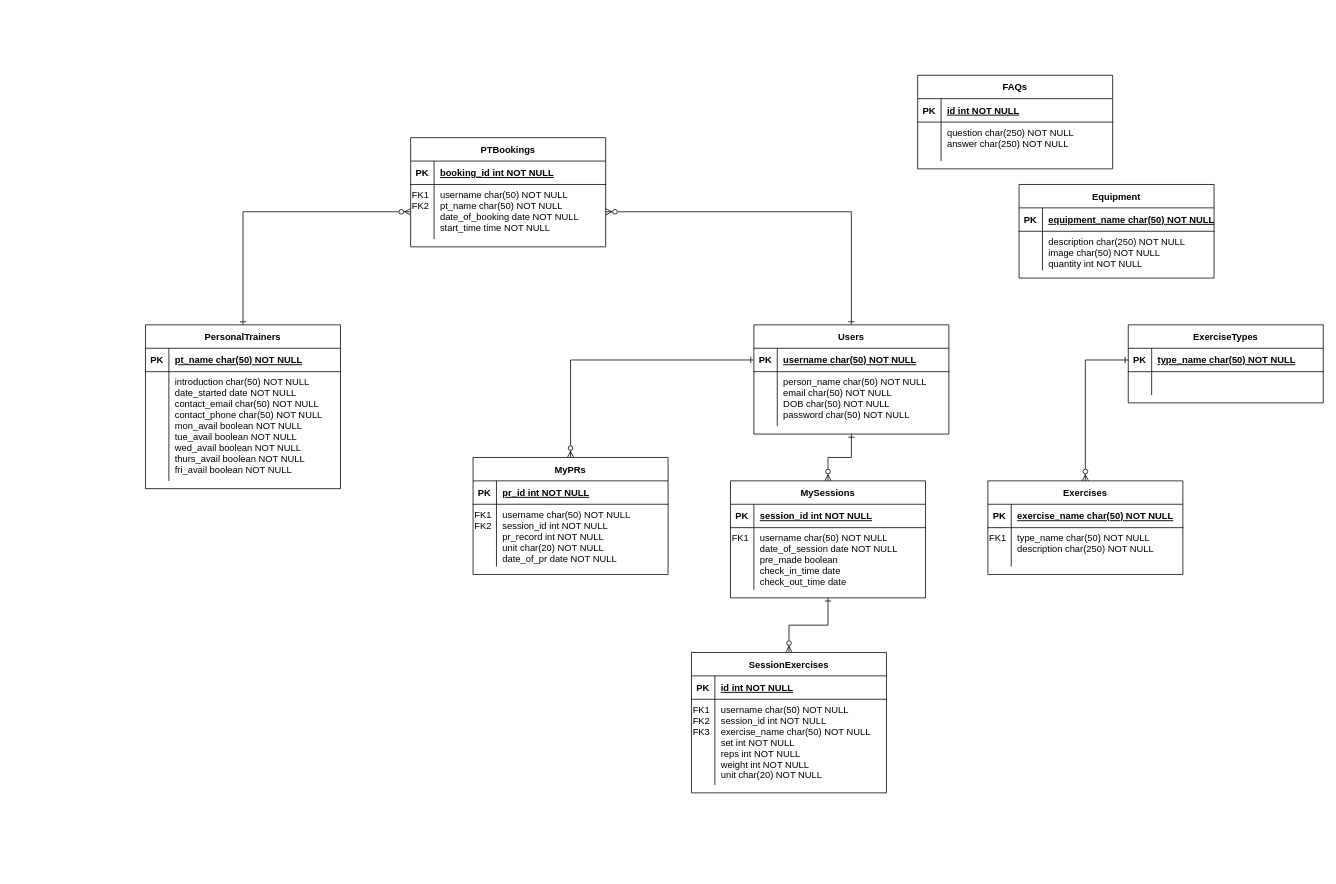
The draw.io diagram ERD for GainzCenter.drawio in immanueligwe151/gainz-center, before the edit. Source tidied: cells renumbered, new cells numbered last; positions are measured from the earlier drawing's top-left corner, leaving out a move shared by most shapes. Both pictures are drawn from the tidied source at 78%, with x=0, y=0 at pixel (145, 75).
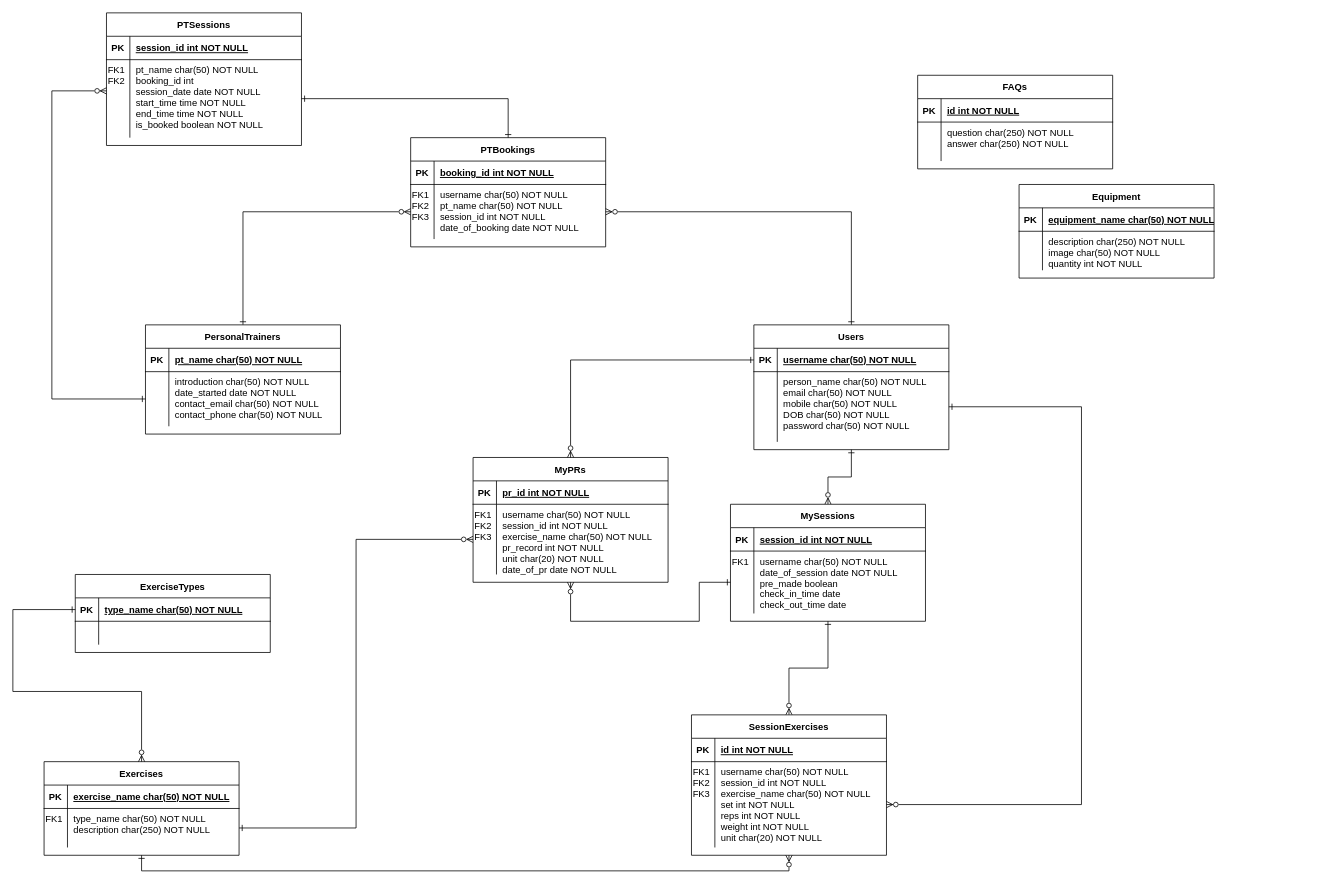
Above is the later version.

Commit message (it also covers changes not shown here):
updated agile summary document to reflect progress made in sprint 2, added ERD images for future references, added stored database commands in SQL file

The change refers to these unchanged cells:
```xml
<mxCell id="38" style="shape=partialRectangle;fillColor=none;points=[[0,0.5],[1,0.5]];portConstraint=eastwest;top=0;left=0;right=0;bottom=0;align=right;labelPosition=left;verticalLabelPosition=top;verticalAlign=bottom;textDirection=ltr;" parent="34" vertex="1">
  <mxGeometry y="60" width="250" height="80" as="geometry" />
</mxCell>
<mxCell id="45" style="shape=partialRectangle;fillColor=none;points=[[0,0.5],[1,0.5]];portConstraint=eastwest;top=0;left=0;right=0;bottom=0;align=right;labelPosition=left;verticalLabelPosition=top;verticalAlign=bottom;textDirection=ltr;" parent="41" vertex="1">
  <mxGeometry y="60" width="250" height="110" as="geometry" />
</mxCell>
<mxCell id="52" style="shape=partialRectangle;fillColor=none;points=[[0,0.5],[1,0.5]];portConstraint=eastwest;top=0;left=0;right=0;bottom=0;align=right;labelPosition=left;verticalLabelPosition=top;verticalAlign=bottom;textDirection=ltr;" parent="48" vertex="1">
  <mxGeometry y="60" width="250" height="50" as="geometry" />
</mxCell>
<mxCell id="56" style="shape=partialRectangle;fillColor=none;points=[[0,0.5],[1,0.5]];portConstraint=eastwest;top=0;left=0;right=0;bottom=1;" parent="55" vertex="1">
  <mxGeometry y="30" width="250" height="30" as="geometry" />
</mxCell>
<mxCell id="62" value="PTBookings" style="shape=table;startSize=30;childLayout=tableLayout;rowLines=0;fontStyle=1;align=center;" parent="1" vertex="1">
  <mxGeometry x="340" y="80" width="250" height="140" as="geometry" />
</mxCell>
<mxCell id="66" style="shape=partialRectangle;fillColor=none;points=[[0,0.5],[1,0.5]];portConstraint=eastwest;top=0;left=0;right=0;bottom=0;align=right;labelPosition=left;verticalLabelPosition=top;verticalAlign=bottom;textDirection=ltr;" parent="62" vertex="1">
  <mxGeometry y="60" width="250" height="70" as="geometry" />
</mxCell>
```

The edit, as a diff of the source:
```diff
@@
+    <mxCell id="78" style="edgeStyle=orthogonalEdgeStyle;rounded=0;jettySize=auto;html=1;exitX=1;exitY=0.5;exitDx=0;exitDy=0;entryX=1;entryY=0.5;entryDx=0;entryDy=0;startArrow=ERone;startFill=0;endArrow=ERzeroToMany;endFill=0;" parent="1" edge="1" source="8" target="45">
+      <mxGeometry relative="1" as="geometry">
+        <Array as="points">
+          <mxPoint x="1200" y="425" />
+          <mxPoint x="1200" y="935" />
+        </Array>
+      </mxGeometry>
+    </mxCell>
     <mxCell id="4" value="Users" style="shape=table;startSize=30;childLayout=tableLayout;rowLines=0;fontStyle=1;align=center;" parent="1" vertex="1">
-      <mxGeometry x="780" y="320" width="250" height="140" as="geometry" />
+      <mxGeometry x="780" y="320" width="250" height="160" as="geometry" />
     </mxCell>
@@
     <mxCell id="8" style="shape=partialRectangle;fillColor=none;points=[[0,0.5],[1,0.5]];portConstraint=eastwest;top=0;left=0;right=0;bottom=0;align=right;labelPosition=left;verticalLabelPosition=top;verticalAlign=bottom;textDirection=ltr;" parent="4" vertex="1">
-      <mxGeometry y="60" width="250" height="70" as="geometry" />
+      <mxGeometry y="60" width="250" height="90" as="geometry" />
     </mxCell>
     <mxCell id="9" style="shape=partialRectangle;overflow=hidden;fillColor=none;top=0;left=0;bottom=0;right=0;" parent="8" vertex="1">
-      <mxGeometry width="30" height="70" as="geometry" />
+      <mxGeometry width="30" height="90" as="geometry" />
     </mxCell>
-    <mxCell id="10" value="person_name char(50) NOT NULL&#10;email char(50) NOT NULL&#10;DOB char(50) NOT NULL&#10;password char(50) NOT NULL" style="shape=partialRectangle;overflow=hidden;fillColor=none;top=0;left=0;bottom=0;right=0;align=left;spacingLeft=6;verticalAlign=top;" parent="8" vertex="1">
-      <mxGeometry x="30" width="220" height="70" as="geometry" />
+    <mxCell id="10" value="person_name char(50) NOT NULL&#10;email char(50) NOT NULL&#10;mobile char(50) NOT NULL&#10;DOB char(50) NOT NULL&#10;password char(50) NOT NULL" style="shape=partialRectangle;overflow=hidden;fillColor=none;top=0;left=0;bottom=0;right=0;align=left;spacingLeft=6;verticalAlign=top;" parent="8" vertex="1">
+      <mxGeometry x="30" width="220" height="90" as="geometry" />
     </mxCell>
@@
     <mxCell id="19" value="PersonalTrainers" style="shape=table;startSize=30;childLayout=tableLayout;rowLines=0;fontStyle=1;align=center;" parent="1" vertex="1">
-      <mxGeometry y="320" width="250" height="210" as="geometry" />
+      <mxGeometry y="320" width="250" height="140" as="geometry" />
     </mxCell>
@@
     <mxCell id="23" style="shape=partialRectangle;fillColor=none;points=[[0,0.5],[1,0.5]];portConstraint=eastwest;top=0;left=0;right=0;bottom=0;align=right;labelPosition=left;verticalLabelPosition=top;verticalAlign=bottom;textDirection=ltr;" parent="19" vertex="1">
-      <mxGeometry y="60" width="250" height="140" as="geometry" />
+      <mxGeometry y="60" width="250" height="70" as="geometry" />
     </mxCell>
     <mxCell id="24" style="shape=partialRectangle;overflow=hidden;fillColor=none;top=0;left=0;bottom=0;right=0;" parent="23" vertex="1">
-      <mxGeometry width="30" height="140" as="geometry" />
+      <mxGeometry width="30" height="70" as="geometry" />
     </mxCell>
-    <mxCell id="25" value="introduction char(50) NOT NULL&#10;date_started date NOT NULL&#10;contact_email char(50) NOT NULL&#10;contact_phone char(50) NOT NULL&#10;mon_avail boolean NOT NULL&#10;tue_avail boolean NOT NULL&#10;wed_avail boolean NOT NULL&#10;thurs_avail boolean NOT NULL&#10;fri_avail boolean NOT NULL" style="shape=partialRectangle;overflow=hidden;fillColor=none;top=0;left=0;bottom=0;right=0;align=left;spacingLeft=6;verticalAlign=top;" parent="23" vertex="1">
-      <mxGeometry x="30" width="220" height="140" as="geometry" />
+    <mxCell id="25" value="introduction char(50) NOT NULL&#10;date_started date NOT NULL&#10;contact_email char(50) NOT NULL&#10;contact_phone char(50) NOT NULL" style="shape=partialRectangle;overflow=hidden;fillColor=none;top=0;left=0;bottom=0;right=0;align=left;spacingLeft=6;verticalAlign=top;" parent="23" vertex="1">
+      <mxGeometry x="30" width="220" height="70" as="geometry" />
     </mxCell>
     <mxCell id="26" value="MyPRs" style="shape=table;startSize=30;childLayout=tableLayout;rowLines=0;fontStyle=1;align=center;" parent="1" vertex="1">
-      <mxGeometry x="420" y="490" width="250" height="150" as="geometry" />
+      <mxGeometry x="420" y="490" width="250" height="160" as="geometry" />
     </mxCell>
@@
     <mxCell id="30" style="shape=partialRectangle;fillColor=none;points=[[0,0.5],[1,0.5]];portConstraint=eastwest;top=0;left=0;right=0;bottom=0;align=right;labelPosition=left;verticalLabelPosition=top;verticalAlign=bottom;textDirection=ltr;" parent="26" vertex="1">
-      <mxGeometry y="60" width="250" height="80" as="geometry" />
+      <mxGeometry y="60" width="250" height="90" as="geometry" />
     </mxCell>
-    <mxCell id="31" value="FK1&#10;FK2" style="shape=partialRectangle;overflow=hidden;fillColor=none;top=0;left=0;bottom=0;right=0;verticalAlign=top;align=left;" parent="30" vertex="1">
-      <mxGeometry width="30" height="80" as="geometry" />
+    <mxCell id="31" value="FK1&#10;FK2&#10;FK3" style="shape=partialRectangle;overflow=hidden;fillColor=none;top=0;left=0;bottom=0;right=0;verticalAlign=top;align=left;" parent="30" vertex="1">
+      <mxGeometry width="30" height="90" as="geometry" />
     </mxCell>
-    <mxCell id="32" value="username char(50) NOT NULL&#10;session_id int NOT NULL&#10;pr_record int NOT NULL&#10;unit char(20) NOT NULL&#10;date_of_pr date NOT NULL" style="shape=partialRectangle;overflow=hidden;fillColor=none;top=0;left=0;bottom=0;right=0;align=left;spacingLeft=6;verticalAlign=top;" parent="30" vertex="1">
-      <mxGeometry x="30" width="220" height="80" as="geometry" />
+    <mxCell id="32" value="username char(50) NOT NULL&#10;session_id int NOT NULL&#10;exercise_name char(50) NOT NULL&#10;pr_record int NOT NULL&#10;unit char(20) NOT NULL&#10;date_of_pr date NOT NULL" style="shape=partialRectangle;overflow=hidden;fillColor=none;top=0;left=0;bottom=0;right=0;align=left;spacingLeft=6;verticalAlign=top;" parent="30" vertex="1">
+      <mxGeometry x="30" width="220" height="90" as="geometry" />
     </mxCell>
@@
     <mxCell id="34" value="MySessions" style="shape=table;startSize=30;childLayout=tableLayout;rowLines=0;fontStyle=1;align=center;" parent="1" vertex="1">
-      <mxGeometry x="750" y="520" width="250" height="150" as="geometry" />
+      <mxGeometry x="750" y="550" width="250" height="150" as="geometry" />
     </mxCell>
@@
     <mxCell id="41" value="SessionExercises" style="shape=table;startSize=30;childLayout=tableLayout;rowLines=0;fontStyle=1;align=center;" parent="1" vertex="1">
-      <mxGeometry x="700" y="740" width="250" height="180" as="geometry" />
+      <mxGeometry x="700" y="820" width="250" height="180" as="geometry" />
     </mxCell>
@@
+    <mxCell id="79" style="edgeStyle=orthogonalEdgeStyle;rounded=0;jettySize=auto;html=1;exitX=0.5;exitY=1;exitDx=0;exitDy=0;entryX=0.5;entryY=1;entryDx=0;entryDy=0;startArrow=ERone;startFill=0;endArrow=ERzeroToMany;endFill=0;" parent="1" edge="1" source="48" target="41">
+      <mxGeometry relative="1" as="geometry" />
+    </mxCell>
     <mxCell id="48" value="Exercises" style="shape=table;startSize=30;childLayout=tableLayout;rowLines=0;fontStyle=1;align=center;" parent="1" vertex="1">
-      <mxGeometry x="1080" y="520" width="250" height="120" as="geometry" />
+      <mxGeometry x="-130" y="880" width="250" height="120" as="geometry" />
     </mxCell>
@@
     <mxCell id="55" value="ExerciseTypes" style="shape=table;startSize=30;childLayout=tableLayout;rowLines=0;fontStyle=1;align=center;" parent="1" vertex="1">
-      <mxGeometry x="1260" y="320" width="250" height="100" as="geometry" />
+      <mxGeometry x="-90" y="640" width="250" height="100" as="geometry" />
     </mxCell>
@@
-    <mxCell id="67" value="FK1&#10;FK2" style="shape=partialRectangle;overflow=hidden;fillColor=none;top=0;left=0;bottom=0;right=0;verticalAlign=top;align=left;" parent="66" vertex="1">
+    <mxCell id="67" value="FK1&#10;FK2&#10;FK3" style="shape=partialRectangle;overflow=hidden;fillColor=none;top=0;left=0;bottom=0;right=0;verticalAlign=top;align=left;" parent="66" vertex="1">
       <mxGeometry width="30" height="70" as="geometry" />
     </mxCell>
-    <mxCell id="68" value="username char(50) NOT NULL&#10;pt_name char(50) NOT NULL&#10;date_of_booking date NOT NULL&#10;start_time time NOT NULL" style="shape=partialRectangle;overflow=hidden;fillColor=none;top=0;left=0;bottom=0;right=0;align=left;spacingLeft=6;verticalAlign=top;" parent="66" vertex="1">
+    <mxCell id="68" value="username char(50) NOT NULL&#10;pt_name char(50) NOT NULL&#10;session_id int NOT NULL&#10;date_of_booking date NOT NULL" style="shape=partialRectangle;overflow=hidden;fillColor=none;top=0;left=0;bottom=0;right=0;align=left;spacingLeft=6;verticalAlign=top;" parent="66" vertex="1">
       <mxGeometry x="30" width="220" height="70" as="geometry" />
     </mxCell>
@@
     <mxCell id="77" style="edgeStyle=orthogonalEdgeStyle;rounded=0;jettySize=auto;html=1;exitX=0;exitY=0.5;exitDx=0;exitDy=0;entryX=0.5;entryY=0;entryDx=0;entryDy=0;endArrow=ERzeroToMany;endFill=0;startArrow=ERone;startFill=0;" parent="1" edge="1" source="56" target="48">
-      <mxGeometry relative="1" as="geometry" />
+      <mxGeometry relative="1" as="geometry">
+        <Array as="points">
+          <mxPoint x="-170" y="685" />
+          <mxPoint x="-170" y="790" />
+          <mxPoint x="-5" y="790" />
+        </Array>
+      </mxGeometry>
     </mxCell>
+    <mxCell id="80" value="PTSessions" style="shape=table;startSize=30;childLayout=tableLayout;rowLines=0;fontStyle=1;align=center;" parent="1" vertex="1">
+      <mxGeometry x="-50" y="-80" width="250" height="170" as="geometry" />
+    </mxCell>
+    <mxCell id="81" style="shape=partialRectangle;fillColor=none;top=0;left=0;right=0;bottom=1;" parent="80" vertex="1">
+      <mxGeometry y="30" width="250" height="30" as="geometry" />
+    </mxCell>
+    <mxCell id="82" value="PK" style="shape=partialRectangle;overflow=hidden;fillColor=none;top=0;left=0;bottom=0;right=0;fontStyle=1;" parent="81" vertex="1">
+      <mxGeometry width="30" height="30" as="geometry" />
+    </mxCell>
+    <mxCell id="83" value="session_id int NOT NULL" style="shape=partialRectangle;overflow=hidden;fillColor=none;top=0;left=0;bottom=0;right=0;align=left;spacingLeft=6;fontStyle=5;" parent="81" vertex="1">
+      <mxGeometry x="30" width="220" height="30" as="geometry" />
+    </mxCell>
+    <mxCell id="84" style="shape=partialRectangle;fillColor=none;points=[[0,0.5],[1,0.5]];portConstraint=eastwest;top=0;left=0;right=0;bottom=0;align=right;labelPosition=left;verticalLabelPosition=top;verticalAlign=bottom;textDirection=ltr;" parent="80" vertex="1">
+      <mxGeometry y="60" width="250" height="100" as="geometry" />
+    </mxCell>
+    <mxCell id="85" value="FK1&#10;FK2" style="shape=partialRectangle;overflow=hidden;fillColor=none;top=0;left=0;bottom=0;right=0;verticalAlign=top;align=left;" parent="84" vertex="1">
+      <mxGeometry width="30" height="100" as="geometry" />
+    </mxCell>
+    <mxCell id="86" value="pt_name char(50) NOT NULL&#10;booking_id int&#10;session_date date NOT NULL&#10;start_time time NOT NULL&#10;end_time time NOT NULL&#10;is_booked boolean NOT NULL" style="shape=partialRectangle;overflow=hidden;fillColor=none;top=0;left=0;bottom=0;right=0;align=left;spacingLeft=6;verticalAlign=top;" parent="84" vertex="1">
+      <mxGeometry x="30" width="220" height="100" as="geometry" />
+    </mxCell>
+    <mxCell id="87" style="edgeStyle=orthogonalEdgeStyle;rounded=0;jettySize=auto;html=1;exitX=0;exitY=0.5;exitDx=0;exitDy=0;endArrow=ERzeroToMany;endFill=0;startArrow=ERone;startFill=0;" parent="1" edge="1" source="23">
+      <mxGeometry relative="1" as="geometry">
+        <mxPoint x="-50" y="20" as="targetPoint" />
+        <Array as="points">
+          <mxPoint x="-120" y="415" />
+          <mxPoint x="-120" y="20" />
+        </Array>
+      </mxGeometry>
+    </mxCell>
+    <mxCell id="88" style="edgeStyle=orthogonalEdgeStyle;rounded=0;jettySize=auto;html=1;exitX=1;exitY=0.5;exitDx=0;exitDy=0;entryX=0.5;entryY=0;entryDx=0;entryDy=0;endArrow=ERone;endFill=0;startArrow=ERone;startFill=0;" parent="1" edge="1" source="84" target="62">
+      <mxGeometry relative="1" as="geometry" />
+    </mxCell>
+    <mxCell id="89" style="edgeStyle=orthogonalEdgeStyle;rounded=0;jettySize=auto;html=1;exitX=0;exitY=0.5;exitDx=0;exitDy=0;entryX=0.5;entryY=1;entryDx=0;entryDy=0;endArrow=ERzeroToMany;endFill=0;startArrow=ERone;startFill=0;" parent="1" edge="1" source="38" target="26">
+      <mxGeometry relative="1" as="geometry">
+        <Array as="points">
+          <mxPoint x="710" y="650" />
+          <mxPoint x="710" y="700" />
+          <mxPoint x="545" y="700" />
+        </Array>
+      </mxGeometry>
+    </mxCell>
+    <mxCell id="90" style="edgeStyle=orthogonalEdgeStyle;rounded=0;jettySize=auto;html=1;exitX=1;exitY=0.5;exitDx=0;exitDy=0;entryX=0;entryY=0.5;entryDx=0;entryDy=0;startArrow=ERone;startFill=0;endArrow=ERzeroToMany;endFill=0;" parent="1" edge="1" source="52" target="30">
+      <mxGeometry relative="1" as="geometry" />
+    </mxCell>
```
